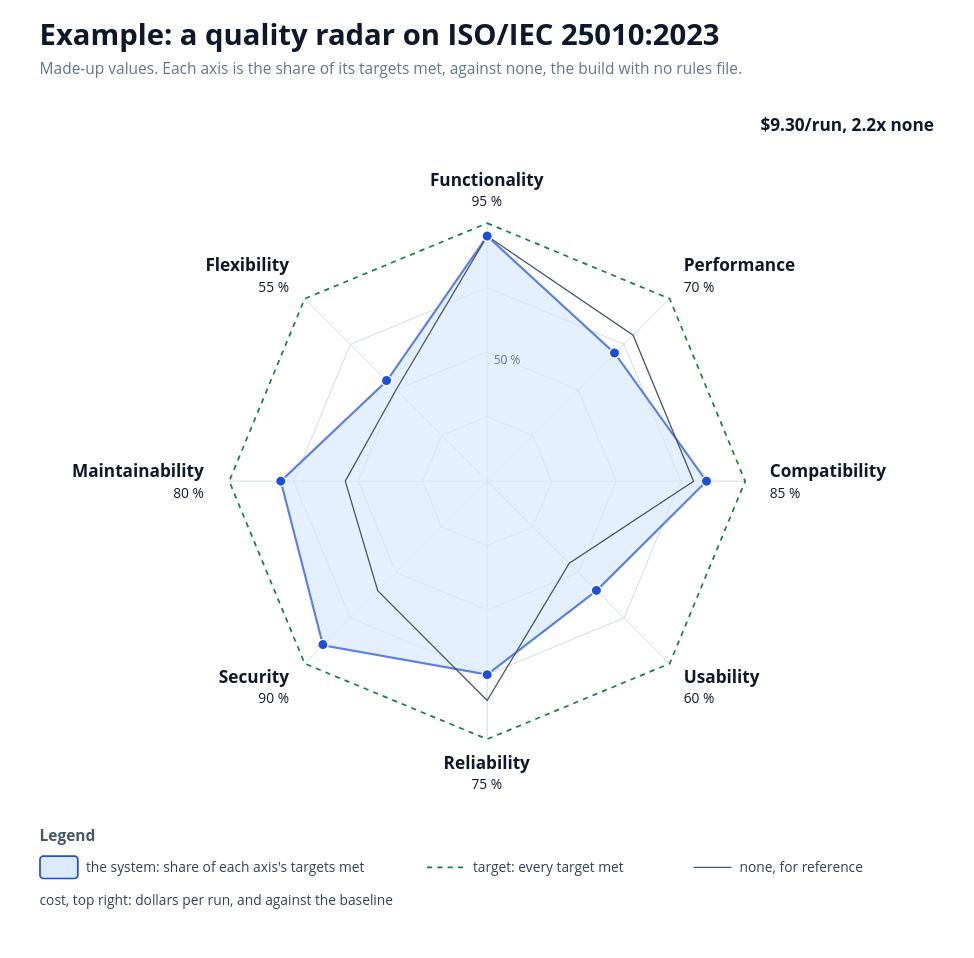
Earlier version of the draw.io diagram docs/diagrams/iso-radar-example.drawio (solid-ai-dev/solid-ai-benchmark). Source tidied: cells renumbered, new cells numbered last; positions are measured from the earlier drawing's top-left corner, leaving out a move shared by most shapes. Both pictures are drawn from the tidied source at 86%, with x=0, y=0 at pixel (15, 15).
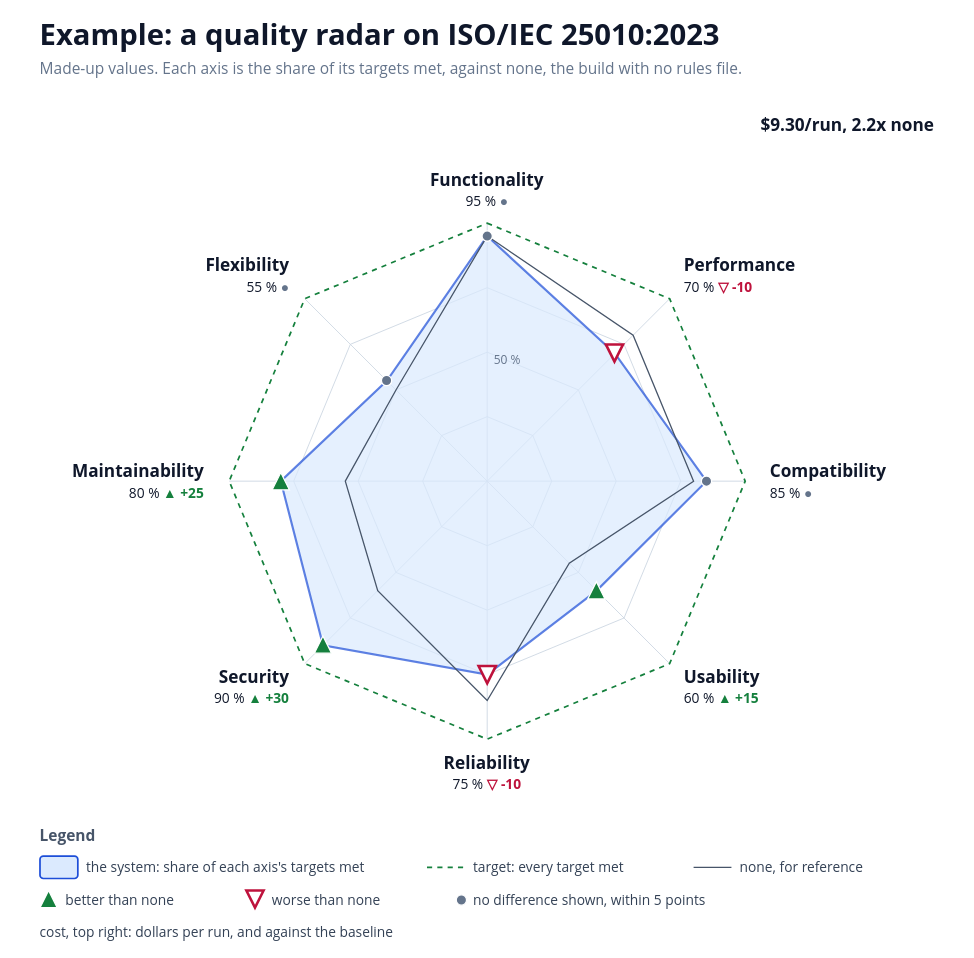
Above is the later version.

Commit message (it also covers changes not shown here):
docs(spikes): mark better, worse and no difference on the example radar

Shape carries the meaning as well as colour, so the chart reads in black
and white: a filled triangle for better than none, a hollow one pointing
down for worse, a grey dot within the margin.

Claude-Session: https://claude.ai/code/session_01DpT5xPFWEQr1bipxbbKBRF

Diff of the diagram source:
```diff
@@
-    <mxCell id="19" style="ellipse;html=1;fillColor=#1D4ED8;strokeColor=#FFFFFF;strokeWidth=1.5;" parent="1" vertex="1">
+    <mxCell id="19" style="ellipse;html=1;fillColor=#64748B;strokeColor=#FFFFFF;strokeWidth=1.5;" parent="1" vertex="1">
       <mxGeometry x="543" y="251" width="12" height="12" as="geometry" />
     </mxCell>
-    <mxCell id="20" style="ellipse;html=1;fillColor=#1D4ED8;strokeColor=#FFFFFF;strokeWidth=1.5;" parent="1" vertex="1">
-      <mxGeometry x="691" y="387" width="12" height="12" as="geometry" />
+    <mxCell id="20" style="triangle;direction=south;html=1;fillColor=#FFFFFF;strokeColor=#BE123C;strokeWidth=3;" parent="1" vertex="1">
+      <mxGeometry x="687" y="383" width="20" height="20" as="geometry" />
     </mxCell>
-    <mxCell id="21" style="ellipse;html=1;fillColor=#1D4ED8;strokeColor=#FFFFFF;strokeWidth=1.5;" parent="1" vertex="1">
+    <mxCell id="21" style="ellipse;html=1;fillColor=#64748B;strokeColor=#FFFFFF;strokeWidth=1.5;" parent="1" vertex="1">
       <mxGeometry x="798" y="536" width="12" height="12" as="geometry" />
     </mxCell>
-    <mxCell id="22" style="ellipse;html=1;fillColor=#1D4ED8;strokeColor=#FFFFFF;strokeWidth=1.5;" parent="1" vertex="1">
-      <mxGeometry x="670" y="663" width="12" height="12" as="geometry" />
+    <mxCell id="22" style="triangle;direction=north;html=1;fillColor=#15803D;strokeColor=#FFFFFF;strokeWidth=1.5;" parent="1" vertex="1">
+      <mxGeometry x="666" y="659" width="20" height="20" as="geometry" />
     </mxCell>
-    <mxCell id="23" style="ellipse;html=1;fillColor=#1D4ED8;strokeColor=#FFFFFF;strokeWidth=1.5;" parent="1" vertex="1">
-      <mxGeometry x="543" y="761" width="12" height="12" as="geometry" />
+    <mxCell id="23" style="triangle;direction=south;html=1;fillColor=#FFFFFF;strokeColor=#BE123C;strokeWidth=3;" parent="1" vertex="1">
+      <mxGeometry x="539" y="757" width="20" height="20" as="geometry" />
     </mxCell>
-    <mxCell id="24" style="ellipse;html=1;fillColor=#1D4ED8;strokeColor=#FFFFFF;strokeWidth=1.5;" parent="1" vertex="1">
-      <mxGeometry x="352" y="726" width="12" height="12" as="geometry" />
+    <mxCell id="24" style="triangle;direction=north;html=1;fillColor=#15803D;strokeColor=#FFFFFF;strokeWidth=1.5;" parent="1" vertex="1">
+      <mxGeometry x="348" y="722" width="20" height="20" as="geometry" />
     </mxCell>
-    <mxCell id="25" style="ellipse;html=1;fillColor=#1D4ED8;strokeColor=#FFFFFF;strokeWidth=1.5;" parent="1" vertex="1">
-      <mxGeometry x="303" y="536" width="12" height="12" as="geometry" />
+    <mxCell id="25" style="triangle;direction=north;html=1;fillColor=#15803D;strokeColor=#FFFFFF;strokeWidth=1.5;" parent="1" vertex="1">
+      <mxGeometry x="299" y="532" width="20" height="20" as="geometry" />
     </mxCell>
-    <mxCell id="26" style="ellipse;html=1;fillColor=#1D4ED8;strokeColor=#FFFFFF;strokeWidth=1.5;" parent="1" vertex="1">
+    <mxCell id="26" style="ellipse;html=1;fillColor=#64748B;strokeColor=#FFFFFF;strokeWidth=1.5;" parent="1" vertex="1">
       <mxGeometry x="426" y="419" width="12" height="12" as="geometry" />
     </mxCell>
-    <mxCell id="27" value="Functionality&lt;br&gt;&lt;span style='font-size:16px;font-weight:normal'&gt;95 %&lt;/span&gt;" style="text;html=1;whiteSpace=wrap;strokeColor=none;fillColor=none;align=center;verticalAlign=middle;fontFamily=Segoe UI;fontSize=20;fontColor=#0F172A;fontStyle=1;spacing=0;" parent="1" vertex="1">
+    <mxCell id="27" value="Functionality&lt;br&gt;&lt;span style='font-size:16px;font-weight:normal'&gt;95 % &lt;span style='color:#64748B;font-weight:bold'&gt;●&lt;/span&gt;&lt;/span&gt;" style="text;html=1;whiteSpace=wrap;strokeColor=none;fillColor=none;align=center;verticalAlign=middle;fontFamily=Segoe UI;fontSize=20;fontColor=#0F172A;fontStyle=1;spacing=0;" parent="1" vertex="1">
       <mxGeometry x="439" y="179" width="220" height="48" as="geometry" />
     </mxCell>
-    <mxCell id="28" value="Performance&lt;br&gt;&lt;span style='font-size:16px;font-weight:normal'&gt;70 %&lt;/span&gt;" style="text;html=1;whiteSpace=wrap;strokeColor=none;fillColor=none;align=left;verticalAlign=middle;fontFamily=Segoe UI;fontSize=20;fontColor=#0F172A;fontStyle=1;spacing=0;" parent="1" vertex="1">
+    <mxCell id="28" value="Performance&lt;br&gt;&lt;span style='font-size:16px;font-weight:normal'&gt;70 % &lt;span style='color:#BE123C;font-weight:bold'&gt;▽ -10&lt;/span&gt;&lt;/span&gt;" style="text;html=1;whiteSpace=wrap;strokeColor=none;fillColor=none;align=left;verticalAlign=middle;fontFamily=Segoe UI;fontSize=20;fontColor=#0F172A;fontStyle=1;spacing=0;" parent="1" vertex="1">
       <mxGeometry x="778" y="278" width="220" height="48" as="geometry" />
     </mxCell>
-    <mxCell id="29" value="Compatibility&lt;br&gt;&lt;span style='font-size:16px;font-weight:normal'&gt;85 %&lt;/span&gt;" style="text;html=1;whiteSpace=wrap;strokeColor=none;fillColor=none;align=left;verticalAlign=middle;fontFamily=Segoe UI;fontSize=20;fontColor=#0F172A;fontStyle=1;spacing=0;" parent="1" vertex="1">
+    <mxCell id="29" value="Compatibility&lt;br&gt;&lt;span style='font-size:16px;font-weight:normal'&gt;85 % &lt;span style='color:#64748B;font-weight:bold'&gt;●&lt;/span&gt;&lt;/span&gt;" style="text;html=1;whiteSpace=wrap;strokeColor=none;fillColor=none;align=left;verticalAlign=middle;fontFamily=Segoe UI;fontSize=20;fontColor=#0F172A;fontStyle=1;spacing=0;" parent="1" vertex="1">
       <mxGeometry x="878" y="518" width="220" height="48" as="geometry" />
     </mxCell>
-    <mxCell id="30" value="Usability&lt;br&gt;&lt;span style='font-size:16px;font-weight:normal'&gt;60 %&lt;/span&gt;" style="text;html=1;whiteSpace=wrap;strokeColor=none;fillColor=none;align=left;verticalAlign=middle;fontFamily=Segoe UI;fontSize=20;fontColor=#0F172A;fontStyle=1;spacing=0;" parent="1" vertex="1">
+    <mxCell id="30" value="Usability&lt;br&gt;&lt;span style='font-size:16px;font-weight:normal'&gt;60 % &lt;span style='color:#15803D;font-weight:bold'&gt;▲ +15&lt;/span&gt;&lt;/span&gt;" style="text;html=1;whiteSpace=wrap;strokeColor=none;fillColor=none;align=left;verticalAlign=middle;fontFamily=Segoe UI;fontSize=20;fontColor=#0F172A;fontStyle=1;spacing=0;" parent="1" vertex="1">
       <mxGeometry x="778" y="757" width="220" height="48" as="geometry" />
     </mxCell>
-    <mxCell id="31" value="Reliability&lt;br&gt;&lt;span style='font-size:16px;font-weight:normal'&gt;75 %&lt;/span&gt;" style="text;html=1;whiteSpace=wrap;strokeColor=none;fillColor=none;align=center;verticalAlign=middle;fontFamily=Segoe UI;fontSize=20;fontColor=#0F172A;fontStyle=1;spacing=0;" parent="1" vertex="1">
+    <mxCell id="31" value="Reliability&lt;br&gt;&lt;span style='font-size:16px;font-weight:normal'&gt;75 % &lt;span style='color:#BE123C;font-weight:bold'&gt;▽ -10&lt;/span&gt;&lt;/span&gt;" style="text;html=1;whiteSpace=wrap;strokeColor=none;fillColor=none;align=center;verticalAlign=middle;fontFamily=Segoe UI;fontSize=20;fontColor=#0F172A;fontStyle=1;spacing=0;" parent="1" vertex="1">
       <mxGeometry x="439" y="857" width="220" height="48" as="geometry" />
     </mxCell>
-    <mxCell id="32" value="Security&lt;br&gt;&lt;span style='font-size:16px;font-weight:normal'&gt;90 %&lt;/span&gt;" style="text;html=1;whiteSpace=wrap;strokeColor=none;fillColor=none;align=right;verticalAlign=middle;fontFamily=Segoe UI;fontSize=20;fontColor=#0F172A;fontStyle=1;spacing=0;" parent="1" vertex="1">
+    <mxCell id="32" value="Security&lt;br&gt;&lt;span style='font-size:16px;font-weight:normal'&gt;90 % &lt;span style='color:#15803D;font-weight:bold'&gt;▲ +30&lt;/span&gt;&lt;/span&gt;" style="text;html=1;whiteSpace=wrap;strokeColor=none;fillColor=none;align=right;verticalAlign=middle;fontFamily=Segoe UI;fontSize=20;fontColor=#0F172A;fontStyle=1;spacing=0;" parent="1" vertex="1">
       <mxGeometry x="99" y="757" width="220" height="48" as="geometry" />
     </mxCell>
-    <mxCell id="33" value="Maintainability&lt;br&gt;&lt;span style='font-size:16px;font-weight:normal'&gt;80 %&lt;/span&gt;" style="text;html=1;whiteSpace=wrap;strokeColor=none;fillColor=none;align=right;verticalAlign=middle;fontFamily=Segoe UI;fontSize=20;fontColor=#0F172A;fontStyle=1;spacing=0;" parent="1" vertex="1">
+    <mxCell id="33" value="Maintainability&lt;br&gt;&lt;span style='font-size:16px;font-weight:normal'&gt;80 % &lt;span style='color:#15803D;font-weight:bold'&gt;▲ +25&lt;/span&gt;&lt;/span&gt;" style="text;html=1;whiteSpace=wrap;strokeColor=none;fillColor=none;align=right;verticalAlign=middle;fontFamily=Segoe UI;fontSize=20;fontColor=#0F172A;fontStyle=1;spacing=0;" parent="1" vertex="1">
       <mxGeometry y="518" width="220" height="48" as="geometry" />
     </mxCell>
-    <mxCell id="34" value="Flexibility&lt;br&gt;&lt;span style='font-size:16px;font-weight:normal'&gt;55 %&lt;/span&gt;" style="text;html=1;whiteSpace=wrap;strokeColor=none;fillColor=none;align=right;verticalAlign=middle;fontFamily=Segoe UI;fontSize=20;fontColor=#0F172A;fontStyle=1;spacing=0;" parent="1" vertex="1">
+    <mxCell id="34" value="Flexibility&lt;br&gt;&lt;span style='font-size:16px;font-weight:normal'&gt;55 % &lt;span style='color:#64748B;font-weight:bold'&gt;●&lt;/span&gt;&lt;/span&gt;" style="text;html=1;whiteSpace=wrap;strokeColor=none;fillColor=none;align=right;verticalAlign=middle;fontFamily=Segoe UI;fontSize=20;fontColor=#0F172A;fontStyle=1;spacing=0;" parent="1" vertex="1">
       <mxGeometry x="99" y="278" width="220" height="48" as="geometry" />
     </mxCell>
@@
-    <mxCell id="43" value="cost, top right: dollars per run, and against the baseline" style="text;html=1;whiteSpace=wrap;strokeColor=none;fillColor=none;align=left;verticalAlign=middle;fontFamily=Segoe UI;fontSize=16;fontColor=#334155;fontStyle=0;spacing=0;" parent="1" vertex="1">
-      <mxGeometry x="29" y="1016" width="700" height="26" as="geometry" />
+    <mxCell id="43" style="triangle;direction=north;html=1;fillColor=#15803D;strokeColor=#FFFFFF;strokeWidth=1.5;" parent="1" vertex="1">
+      <mxGeometry x="29" y="1018" width="20" height="20" as="geometry" />
     </mxCell>
+    <mxCell id="44" value="better than none" style="text;html=1;whiteSpace=wrap;strokeColor=none;fillColor=none;align=left;verticalAlign=middle;fontFamily=Segoe UI;fontSize=16;fontColor=#334155;fontStyle=0;spacing=0;" parent="1" vertex="1">
+      <mxGeometry x="59" y="1016" width="200" height="26" as="geometry" />
+    </mxCell>
+    <mxCell id="45" style="triangle;direction=south;html=1;fillColor=#FFFFFF;strokeColor=#BE123C;strokeWidth=3;" parent="1" vertex="1">
+      <mxGeometry x="269" y="1018" width="20" height="20" as="geometry" />
+    </mxCell>
+    <mxCell id="46" value="worse than none" style="text;html=1;whiteSpace=wrap;strokeColor=none;fillColor=none;align=left;verticalAlign=middle;fontFamily=Segoe UI;fontSize=16;fontColor=#334155;fontStyle=0;spacing=0;" parent="1" vertex="1">
+      <mxGeometry x="299" y="1016" width="200" height="26" as="geometry" />
+    </mxCell>
+    <mxCell id="47" style="ellipse;html=1;fillColor=#64748B;strokeColor=#FFFFFF;strokeWidth=1.5;" parent="1" vertex="1">
+      <mxGeometry x="513" y="1023" width="12" height="12" as="geometry" />
+    </mxCell>
+    <mxCell id="48" value="no difference shown, within 5 points" style="text;html=1;whiteSpace=wrap;strokeColor=none;fillColor=none;align=left;verticalAlign=middle;fontFamily=Segoe UI;fontSize=16;fontColor=#334155;fontStyle=0;spacing=0;" parent="1" vertex="1">
+      <mxGeometry x="533" y="1016" width="360" height="26" as="geometry" />
+    </mxCell>
+    <mxCell id="49" value="cost, top right: dollars per run, and against the baseline" style="text;html=1;whiteSpace=wrap;strokeColor=none;fillColor=none;align=left;verticalAlign=middle;fontFamily=Segoe UI;fontSize=16;fontColor=#334155;fontStyle=0;spacing=0;" parent="1" vertex="1">
+      <mxGeometry x="29" y="1054" width="700" height="26" as="geometry" />
+    </mxCell>
```
